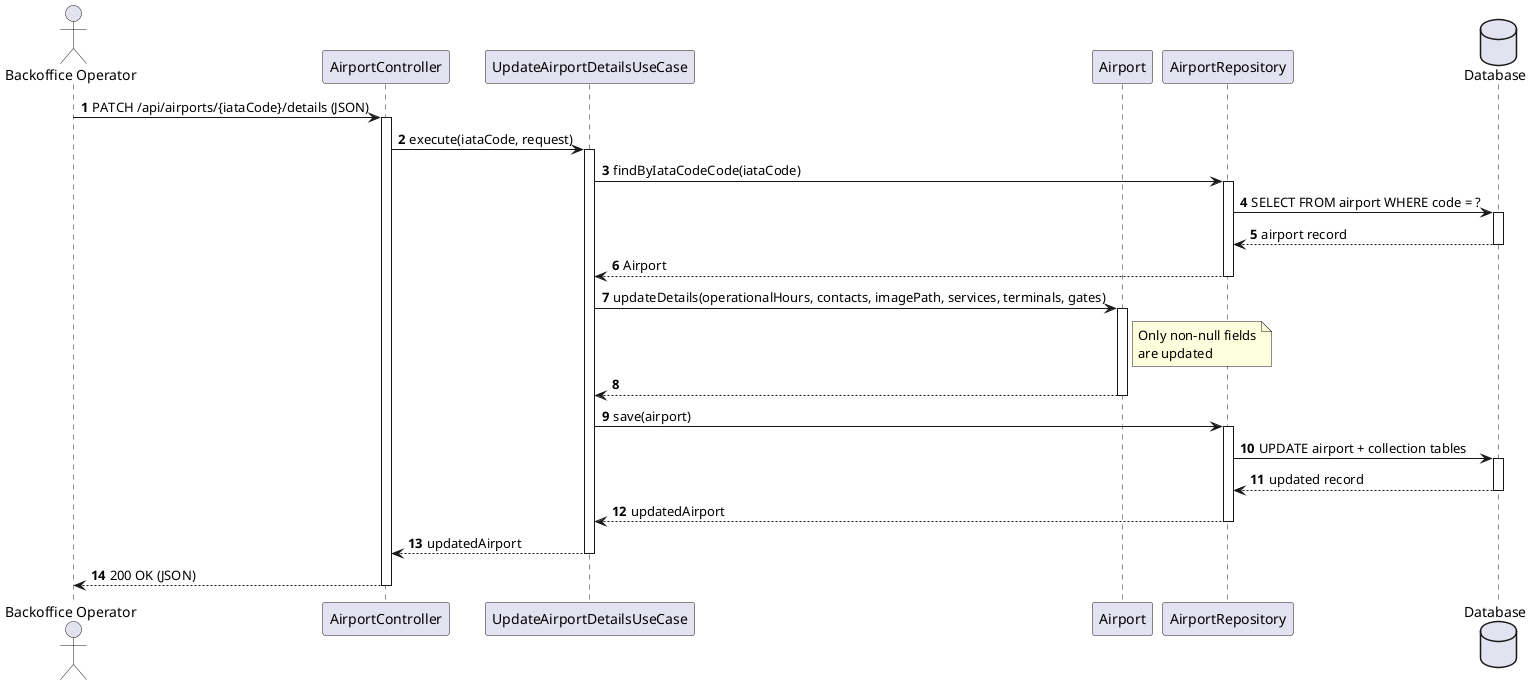
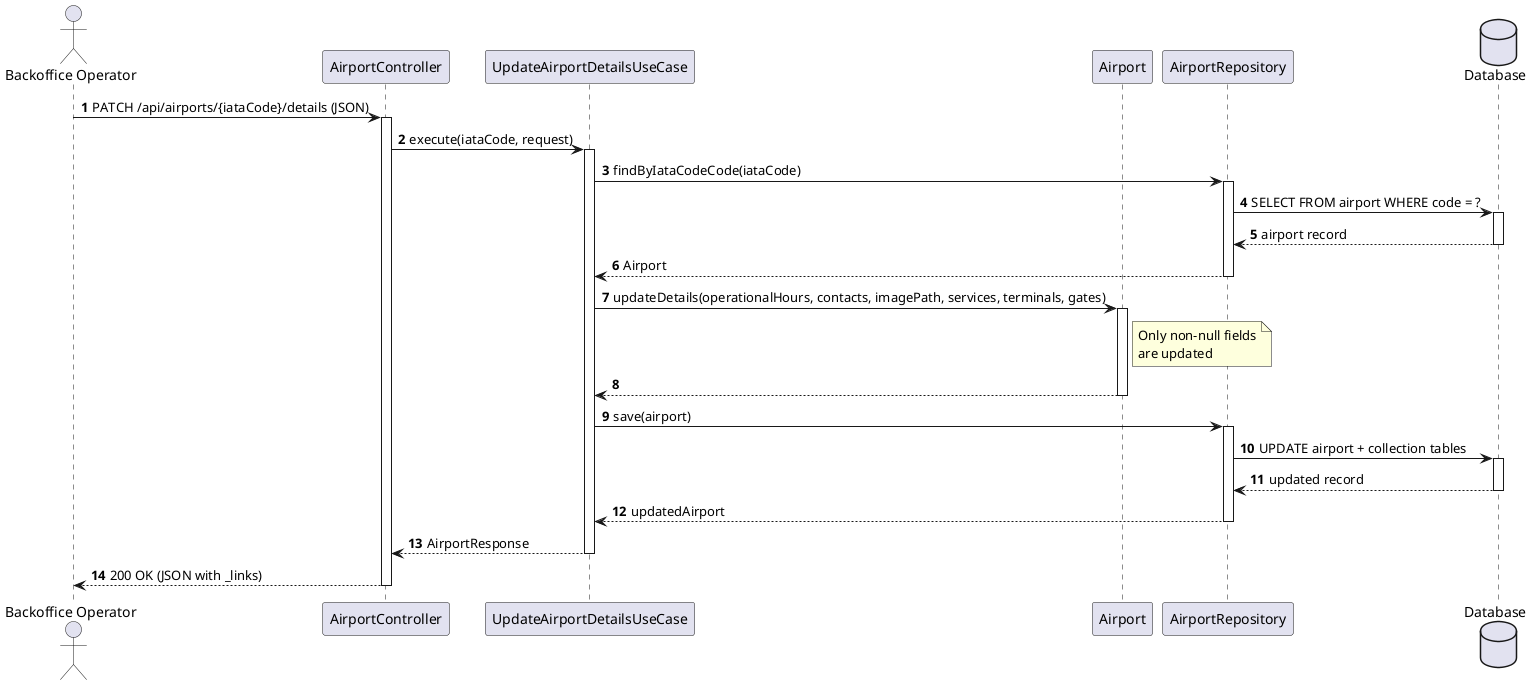
@startuml
autonumber
actor "Backoffice Operator" as BO
participant "AirportController" as Ctrl
participant "UpdateAirportDetailsUseCase" as UC
participant "Airport" as Entity
participant "AirportRepository" as Repo
database "Database" as DB

BO -> Ctrl : PATCH /api/airports/{iataCode}/details (JSON)
activate Ctrl

Ctrl -> UC : execute(iataCode, request)
activate UC

UC -> Repo : findByIataCodeCode(iataCode)
activate Repo
Repo -> DB : SELECT FROM airport WHERE code = ?
activate DB
DB --> Repo : airport record
deactivate DB
Repo --> UC : Airport
deactivate Repo

UC -> Entity : updateDetails(operationalHours, contacts, imagePath, services, terminals, gates)
activate Entity
note right of Entity : Only non-null fields\nare updated
Entity --> UC
deactivate Entity

UC -> Repo : save(airport)
activate Repo
Repo -> DB : UPDATE airport + collection tables
activate DB
DB --> Repo : updated record
deactivate DB
Repo --> UC : updatedAirport
deactivate Repo

- UC --> Ctrl : updatedAirport
+ UC --> Ctrl : AirportResponse
deactivate UC

- Ctrl --> BO : 200 OK (JSON)
+ Ctrl --> BO : 200 OK (JSON with _links)
deactivate Ctrl
@enduml
